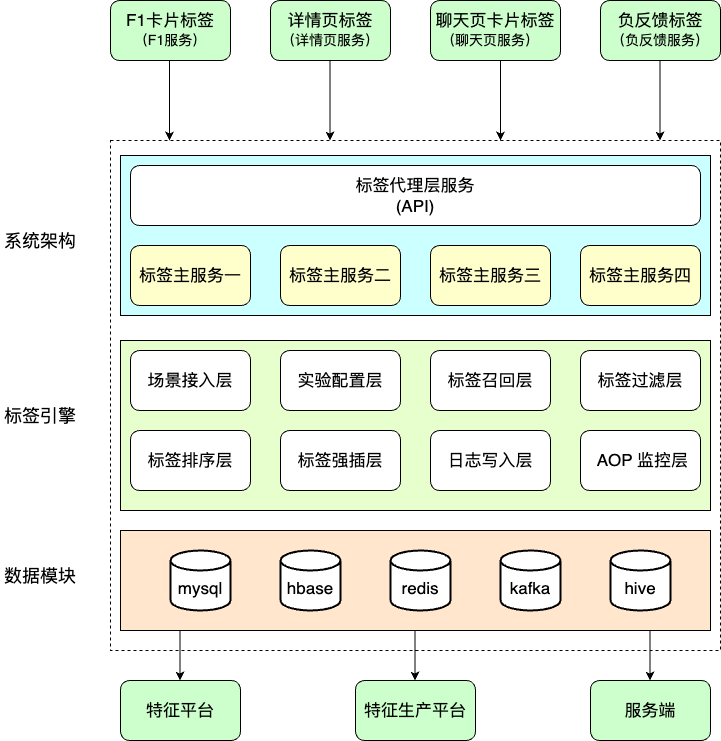
The draw.io diagram work-draw-file/标签平台架构图.png in liujunao/draw-data, before a commit. Source tidied: cells renumbered, new cells last; positions are measured from the earlier drawing's top-left corner, leaving out a move shared by most shapes.
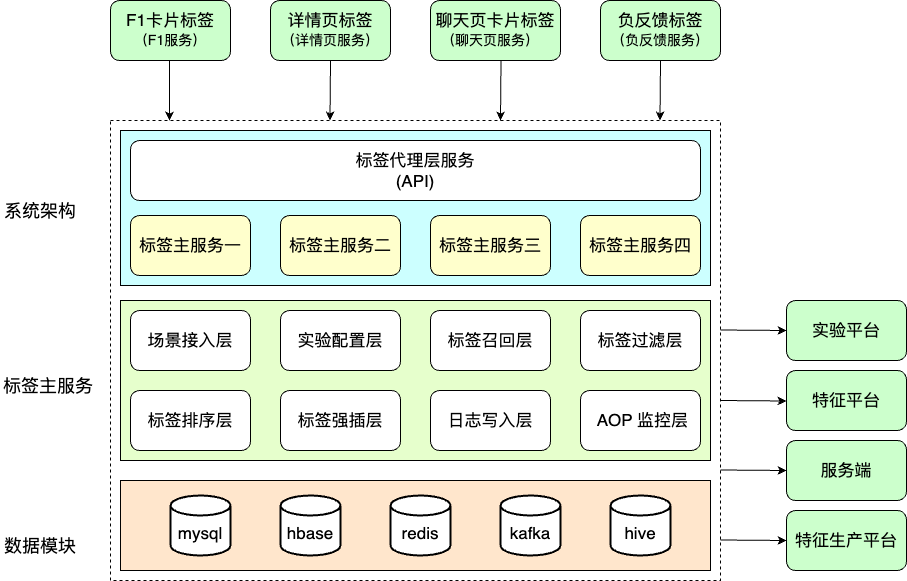
Above is the later version.

Commit message:
更新标签平台架构图.png

The edit, as a diff of the source:
```diff
@@ -3,31 +3,31 @@
     <mxCell id="0" />
     <mxCell id="1" parent="0" />
     <mxCell id="2" style="rounded=0;whiteSpace=wrap;html=1;dashed=1;" parent="1" vertex="1">
-      <mxGeometry x="110" y="140" width="610" height="510" as="geometry" />
+      <mxGeometry x="110" y="150" width="610" height="460" as="geometry" />
     </mxCell>
     <mxCell id="3" style="rounded=0;whiteSpace=wrap;html=1;fillColor=#FFE6CC;" parent="1" vertex="1">
-      <mxGeometry x="120" y="530" width="590" height="100" as="geometry" />
+      <mxGeometry x="120" y="510" width="590" height="90" as="geometry" />
     </mxCell>
     <mxCell id="4" style="rounded=0;whiteSpace=wrap;html=1;fillColor=#E6FFCC;" parent="1" vertex="1">
-      <mxGeometry x="120" y="340" width="590" height="170" as="geometry" />
+      <mxGeometry x="120" y="330" width="590" height="160" as="geometry" />
     </mxCell>
     <mxCell id="5" style="rounded=0;whiteSpace=wrap;html=1;fillColor=#CCFFFF;" parent="1" vertex="1">
-      <mxGeometry x="120" y="155" width="590" height="160" as="geometry" />
+      <mxGeometry x="120" y="160" width="590" height="155" as="geometry" />
     </mxCell>
     <mxCell id="6" value="&lt;font size=&quot;3&quot;&gt;F1卡片标签&lt;br&gt;&lt;br&gt;&lt;/font&gt;" style="rounded=1;whiteSpace=wrap;html=1;fillColor=#CCFFCC;" parent="1" vertex="1">
-      <mxGeometry x="110" width="120" height="60" as="geometry" />
+      <mxGeometry x="110" y="30" width="120" height="60" as="geometry" />
     </mxCell>
     <mxCell id="7" value="&lt;font size=&quot;3&quot;&gt;详情页标签&lt;br&gt;&lt;br&gt;&lt;/font&gt;" style="rounded=1;whiteSpace=wrap;html=1;fillColor=#CCFFCC;" parent="1" vertex="1">
-      <mxGeometry x="270" width="120" height="60" as="geometry" />
+      <mxGeometry x="270" y="30" width="120" height="60" as="geometry" />
     </mxCell>
     <mxCell id="8" value="&lt;font size=&quot;3&quot;&gt;聊天页卡片标签&lt;br&gt;&lt;br&gt;&lt;/font&gt;" style="rounded=1;whiteSpace=wrap;html=1;fillColor=#CCFFCC;" parent="1" vertex="1">
-      <mxGeometry x="430" width="130" height="60" as="geometry" />
+      <mxGeometry x="430" y="30" width="130" height="60" as="geometry" />
     </mxCell>
     <mxCell id="9" value="&lt;font size=&quot;3&quot;&gt;负反馈标签&lt;br&gt;&lt;br&gt;&lt;/font&gt;" style="rounded=1;whiteSpace=wrap;html=1;fillColor=#CCFFCC;" parent="1" vertex="1">
-      <mxGeometry x="600" width="120" height="60" as="geometry" />
+      <mxGeometry x="600" y="30" width="120" height="60" as="geometry" />
     </mxCell>
     <mxCell id="10" value="&lt;font size=&quot;3&quot;&gt;标签代理层服务&lt;br&gt;(API)&lt;br&gt;&lt;/font&gt;" style="rounded=1;whiteSpace=wrap;html=1;" parent="1" vertex="1">
-      <mxGeometry x="130" y="165" width="570" height="60" as="geometry" />
+      <mxGeometry x="130" y="170" width="570" height="60" as="geometry" />
     </mxCell>
     <mxCell id="11" value="&lt;font size=&quot;3&quot;&gt;标签主服务一&lt;/font&gt;" style="rounded=1;whiteSpace=wrap;html=1;fillColor=#FFFFCC;" parent="1" vertex="1">
       <mxGeometry x="130" y="245" width="120" height="60" as="geometry" />
@@ -42,115 +42,122 @@
       <mxGeometry x="580" y="245" width="120" height="60" as="geometry" />
     </mxCell>
     <mxCell id="15" value="&lt;font size=&quot;3&quot;&gt;场景接入层&lt;/font&gt;" style="rounded=1;whiteSpace=wrap;html=1;" parent="1" vertex="1">
-      <mxGeometry x="130" y="350" width="120" height="60" as="geometry" />
+      <mxGeometry x="130" y="340" width="120" height="60" as="geometry" />
     </mxCell>
     <mxCell id="16" value="&lt;font size=&quot;3&quot;&gt;实验配置层&lt;/font&gt;" style="rounded=1;whiteSpace=wrap;html=1;" parent="1" vertex="1">
-      <mxGeometry x="280" y="350" width="120" height="60" as="geometry" />
+      <mxGeometry x="280" y="340" width="120" height="60" as="geometry" />
     </mxCell>
     <mxCell id="17" value="&lt;font size=&quot;3&quot;&gt;标签召回层&lt;/font&gt;" style="rounded=1;whiteSpace=wrap;html=1;" parent="1" vertex="1">
-      <mxGeometry x="430" y="350" width="120" height="60" as="geometry" />
+      <mxGeometry x="430" y="340" width="120" height="60" as="geometry" />
     </mxCell>
     <mxCell id="18" value="&lt;font size=&quot;3&quot;&gt;标签过滤层&lt;/font&gt;" style="rounded=1;whiteSpace=wrap;html=1;" parent="1" vertex="1">
-      <mxGeometry x="580" y="350" width="120" height="60" as="geometry" />
+      <mxGeometry x="580" y="340" width="120" height="60" as="geometry" />
     </mxCell>
     <mxCell id="19" value="&lt;font size=&quot;3&quot;&gt;标签排序层&lt;/font&gt;" style="rounded=1;whiteSpace=wrap;html=1;" parent="1" vertex="1">
-      <mxGeometry x="130" y="430" width="120" height="60" as="geometry" />
+      <mxGeometry x="130" y="420" width="120" height="60" as="geometry" />
     </mxCell>
     <mxCell id="20" value="&lt;font size=&quot;3&quot;&gt;标签强插层&lt;/font&gt;" style="rounded=1;whiteSpace=wrap;html=1;" parent="1" vertex="1">
-      <mxGeometry x="280" y="430" width="120" height="60" as="geometry" />
+      <mxGeometry x="280" y="420" width="120" height="60" as="geometry" />
     </mxCell>
     <mxCell id="21" value="&lt;font size=&quot;3&quot;&gt;特征平台&lt;/font&gt;" style="rounded=1;whiteSpace=wrap;html=1;fillColor=#CCFFCC;" parent="1" vertex="1">
-      <mxGeometry x="120" y="680" width="120" height="60" as="geometry" />
+      <mxGeometry x="786" y="400" width="120" height="60" as="geometry" />
     </mxCell>
     <mxCell id="22" value="&lt;br&gt;&lt;font size=&quot;3&quot;&gt;mysql&lt;/font&gt;" style="strokeWidth=2;html=1;shape=mxgraph.flowchart.database;whiteSpace=wrap;" parent="1" vertex="1">
-      <mxGeometry x="170" y="550" width="60" height="60" as="geometry" />
+      <mxGeometry x="170" y="525" width="60" height="60" as="geometry" />
     </mxCell>
     <mxCell id="23" value="&lt;br&gt;&lt;font size=&quot;3&quot;&gt;kafka&lt;/font&gt;" style="strokeWidth=2;html=1;shape=mxgraph.flowchart.database;whiteSpace=wrap;" parent="1" vertex="1">
-      <mxGeometry x="500" y="550" width="60" height="60" as="geometry" />
+      <mxGeometry x="500" y="525" width="60" height="60" as="geometry" />
     </mxCell>
     <mxCell id="24" value="&lt;font size=&quot;3&quot;&gt;特征生产平台&lt;/font&gt;" style="rounded=1;whiteSpace=wrap;html=1;fillColor=#CCFFCC;" parent="1" vertex="1">
-      <mxGeometry x="355" y="680" width="120" height="60" as="geometry" />
+      <mxGeometry x="786" y="540" width="120" height="60" as="geometry" />
     </mxCell>
     <mxCell id="25" value="&lt;br&gt;&lt;font size=&quot;3&quot;&gt;hbase&lt;/font&gt;" style="strokeWidth=2;html=1;shape=mxgraph.flowchart.database;whiteSpace=wrap;" parent="1" vertex="1">
-      <mxGeometry x="280" y="550" width="60" height="60" as="geometry" />
+      <mxGeometry x="280" y="525" width="60" height="60" as="geometry" />
     </mxCell>
     <mxCell id="26" value="&lt;br&gt;&lt;font size=&quot;3&quot;&gt;hive&lt;/font&gt;" style="strokeWidth=2;html=1;shape=mxgraph.flowchart.database;whiteSpace=wrap;" parent="1" vertex="1">
-      <mxGeometry x="610" y="550" width="60" height="60" as="geometry" />
+      <mxGeometry x="610" y="525" width="60" height="60" as="geometry" />
     </mxCell>
     <mxCell id="27" value="&lt;font size=&quot;3&quot;&gt;服务端&lt;/font&gt;" style="rounded=1;whiteSpace=wrap;html=1;fillColor=#CCFFCC;" parent="1" vertex="1">
-      <mxGeometry x="590" y="680" width="120" height="60" as="geometry" />
+      <mxGeometry x="786" y="470" width="120" height="60" as="geometry" />
     </mxCell>
     <mxCell id="28" value="&lt;br&gt;&lt;font size=&quot;3&quot;&gt;redis&lt;/font&gt;" style="strokeWidth=2;html=1;shape=mxgraph.flowchart.database;whiteSpace=wrap;" parent="1" vertex="1">
-      <mxGeometry x="390" y="550" width="60" height="60" as="geometry" />
+      <mxGeometry x="390" y="525" width="60" height="60" as="geometry" />
     </mxCell>
-    <mxCell id="29" style="endArrow=classic;html=1;rounded=0;" parent="1" edge="1">
-      <mxGeometry relative="1" as="geometry">
-        <mxPoint x="179.5" y="630" as="sourcePoint" />
-        <mxPoint x="179.5" y="680" as="targetPoint" />
-      </mxGeometry>
-    </mxCell>
-    <mxCell id="30" style="endArrow=classic;html=1;rounded=0;" parent="1" edge="1">
-      <mxGeometry relative="1" as="geometry">
-        <mxPoint x="414.5" y="630" as="sourcePoint" />
-        <mxPoint x="414.5" y="680" as="targetPoint" />
-      </mxGeometry>
-    </mxCell>
-    <mxCell id="31" style="endArrow=classic;html=1;rounded=0;" parent="1" edge="1">
-      <mxGeometry relative="1" as="geometry">
-        <mxPoint x="649.5" y="630" as="sourcePoint" />
-        <mxPoint x="649.5" y="680" as="targetPoint" />
-      </mxGeometry>
-    </mxCell>
     <mxCell id="32" value="&lt;font size=&quot;3&quot;&gt;日志写入层&lt;/font&gt;" style="rounded=1;whiteSpace=wrap;html=1;" parent="1" vertex="1">
-      <mxGeometry x="430" y="430" width="120" height="60" as="geometry" />
+      <mxGeometry x="430" y="420" width="120" height="60" as="geometry" />
     </mxCell>
     <mxCell id="33" value="&lt;font size=&quot;3&quot;&gt;&amp;nbsp;AOP 监控层&lt;/font&gt;" style="rounded=1;whiteSpace=wrap;html=1;" parent="1" vertex="1">
-      <mxGeometry x="580" y="430" width="120" height="60" as="geometry" />
+      <mxGeometry x="580" y="420" width="120" height="60" as="geometry" />
     </mxCell>
     <mxCell id="34" value="&lt;font style=&quot;font-size: 18px;&quot;&gt;系统架构&lt;/font&gt;" style="text;html=1;strokeColor=none;fillColor=none;align=center;verticalAlign=middle;whiteSpace=wrap;rounded=0;" parent="1" vertex="1">
       <mxGeometry y="225" width="80" height="30" as="geometry" />
     </mxCell>
-    <mxCell id="35" value="&lt;font style=&quot;font-size: 18px;&quot;&gt;标签引擎&lt;/font&gt;" style="text;html=1;strokeColor=none;fillColor=none;align=center;verticalAlign=middle;whiteSpace=wrap;rounded=0;" parent="1" vertex="1">
-      <mxGeometry y="400" width="80" height="30" as="geometry" />
+    <mxCell id="35" value="&lt;font style=&quot;font-size: 18px;&quot;&gt;标签主服务&lt;/font&gt;" style="text;html=1;strokeColor=none;fillColor=none;align=center;verticalAlign=middle;whiteSpace=wrap;rounded=0;" parent="1" vertex="1">
+      <mxGeometry y="400" width="96" height="30" as="geometry" />
     </mxCell>
     <mxCell id="36" value="&lt;font style=&quot;font-size: 18px;&quot;&gt;数据模块&lt;/font&gt;" style="text;html=1;strokeColor=none;fillColor=none;align=center;verticalAlign=middle;whiteSpace=wrap;rounded=0;" parent="1" vertex="1">
       <mxGeometry y="560" width="80" height="30" as="geometry" />
     </mxCell>
     <mxCell id="37" value="&lt;font style=&quot;font-size: 14px;&quot;&gt;（F1服务）&lt;/font&gt;" style="text;html=1;strokeColor=none;fillColor=none;align=center;verticalAlign=middle;whiteSpace=wrap;rounded=0;" parent="1" vertex="1">
-      <mxGeometry x="130" y="30" width="80" height="20" as="geometry" />
+      <mxGeometry x="130" y="60" width="80" height="20" as="geometry" />
     </mxCell>
     <mxCell id="38" value="&lt;font style=&quot;font-size: 14px;&quot;&gt;（详情页服务）&lt;/font&gt;" style="text;html=1;strokeColor=none;fillColor=none;align=center;verticalAlign=middle;whiteSpace=wrap;rounded=0;" parent="1" vertex="1">
-      <mxGeometry x="280" y="30" width="100" height="20" as="geometry" />
+      <mxGeometry x="280" y="60" width="100" height="20" as="geometry" />
     </mxCell>
     <mxCell id="39" value="&lt;font style=&quot;font-size: 14px;&quot;&gt;（聊天页服务）&lt;/font&gt;" style="text;html=1;strokeColor=none;fillColor=none;align=center;verticalAlign=middle;whiteSpace=wrap;rounded=0;" parent="1" vertex="1">
-      <mxGeometry x="440" y="30" width="100" height="20" as="geometry" />
+      <mxGeometry x="440" y="60" width="100" height="20" as="geometry" />
     </mxCell>
     <mxCell id="40" value="&lt;font style=&quot;font-size: 14px;&quot;&gt;（负反馈服务）&lt;/font&gt;" style="text;html=1;strokeColor=none;fillColor=none;align=center;verticalAlign=middle;whiteSpace=wrap;rounded=0;" parent="1" vertex="1">
-      <mxGeometry x="610" y="30" width="100" height="20" as="geometry" />
+      <mxGeometry x="610" y="60" width="100" height="20" as="geometry" />
     </mxCell>
     <mxCell id="41" style="endArrow=classic;html=1;rounded=0;" parent="1" edge="1">
       <mxGeometry relative="1" as="geometry">
-        <mxPoint x="169" y="60" as="sourcePoint" />
-        <mxPoint x="169" y="140" as="targetPoint" />
+        <mxPoint x="169" y="90" as="sourcePoint" />
+        <mxPoint x="169" y="150" as="targetPoint" />
       </mxGeometry>
     </mxCell>
-    <mxCell id="42" style="endArrow=classic;html=1;rounded=0;" parent="1" edge="1">
+    <mxCell id="42" style="endArrow=classic;html=1;rounded=0;exitX=0.5;exitY=1;exitDx=0;exitDy=0;" parent="1" edge="1" source="7">
       <mxGeometry relative="1" as="geometry">
-        <mxPoint x="329.5" y="60" as="sourcePoint" />
-        <mxPoint x="329.5" y="140" as="targetPoint" />
+        <mxPoint x="329.5" y="150" as="targetPoint" />
       </mxGeometry>
     </mxCell>
-    <mxCell id="43" style="endArrow=classic;html=1;rounded=0;" parent="1" edge="1">
-      <mxGeometry relative="1" as="geometry">
-        <mxPoint x="500" y="60" as="sourcePoint" />
-        <mxPoint x="500" y="140" as="targetPoint" />
-      </mxGeometry>
-    </mxCell>
     <mxCell id="44" style="endArrow=classic;html=1;rounded=0;" parent="1" edge="1">
       <mxGeometry relative="1" as="geometry">
-        <mxPoint x="659.5" y="60" as="sourcePoint" />
-        <mxPoint x="659.5" y="140" as="targetPoint" />
+        <mxPoint x="660" y="90" as="sourcePoint" />
+        <mxPoint x="659.5" y="150" as="targetPoint" />
       </mxGeometry>
     </mxCell>
+    <mxCell id="45" value="&lt;font size=&quot;3&quot;&gt;实验平台&lt;/font&gt;" style="rounded=1;whiteSpace=wrap;html=1;fillColor=#CCFFCC;" parent="1" vertex="1">
+      <mxGeometry x="786" y="330" width="120" height="60" as="geometry" />
+    </mxCell>
+    <mxCell id="46" style="endArrow=classic;html=1;rounded=0;entryX=0;entryY=0.5;entryDx=0;entryDy=0;" parent="1" edge="1" target="45">
+      <mxGeometry relative="1" as="geometry">
+        <mxPoint x="720" y="359.5" as="sourcePoint" />
+      </mxGeometry>
+    </mxCell>
+    <mxCell id="47" style="endArrow=classic;html=1;rounded=0;exitX=0.5;exitY=1;exitDx=0;exitDy=0;" parent="1" edge="1">
+      <mxGeometry relative="1" as="geometry">
+        <mxPoint x="500.5" y="90" as="sourcePoint" />
+        <mxPoint x="500" y="150" as="targetPoint" />
+      </mxGeometry>
+    </mxCell>
+    <mxCell id="48" style="endArrow=classic;html=1;rounded=0;entryX=0;entryY=0.5;entryDx=0;entryDy=0;" parent="1" edge="1">
+      <mxGeometry relative="1" as="geometry">
+        <mxPoint x="720" y="430" as="sourcePoint" />
+        <mxPoint x="786" y="430.5" as="targetPoint" />
+      </mxGeometry>
+    </mxCell>
+    <mxCell id="49" style="endArrow=classic;html=1;rounded=0;entryX=0;entryY=0.5;entryDx=0;entryDy=0;" parent="1" edge="1">
+      <mxGeometry relative="1" as="geometry">
+        <mxPoint x="720" y="499.5" as="sourcePoint" />
+        <mxPoint x="786" y="500" as="targetPoint" />
+      </mxGeometry>
+    </mxCell>
+    <mxCell id="50" style="endArrow=classic;html=1;rounded=0;entryX=0;entryY=0.5;entryDx=0;entryDy=0;" parent="1" edge="1">
+      <mxGeometry relative="1" as="geometry">
+        <mxPoint x="720" y="569.5" as="sourcePoint" />
+        <mxPoint x="786" y="570" as="targetPoint" />
+      </mxGeometry>
+    </mxCell>
   </root>
 </mxGraphModel>
```
